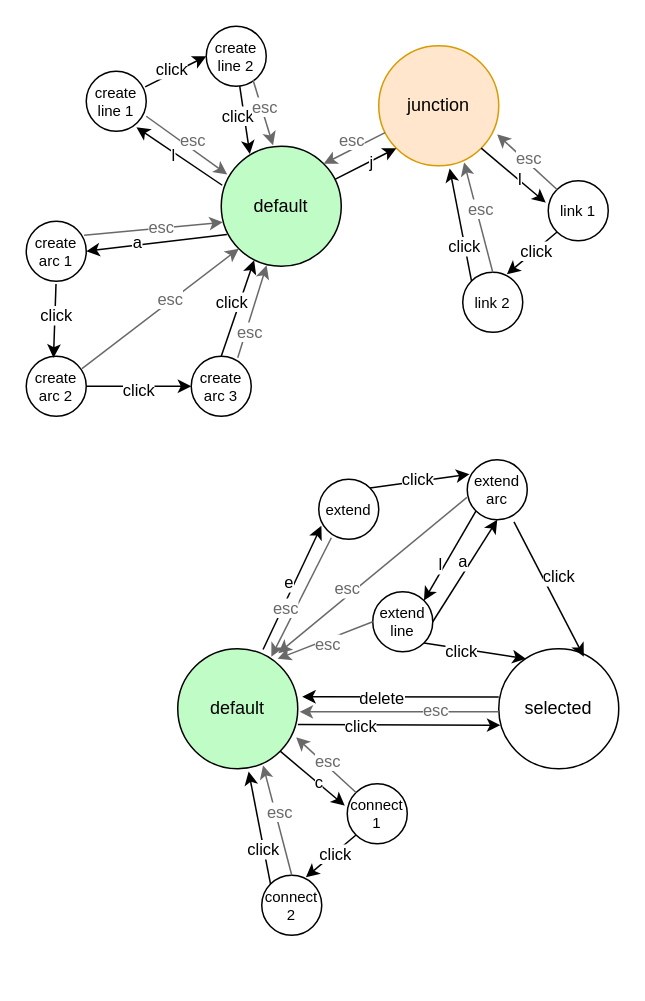
The draw.io diagram state_diagrams.drawio in sunminni/libOpenDRIVE-Mapmaker, before the edit. Source tidied: cells renumbered, new cells numbered last; positions are measured from the earlier drawing's top-left corner, leaving out a move shared by most shapes. Both pictures are drawn from the tidied source at 150%, with x=0, y=0 at pixel (26, 26).
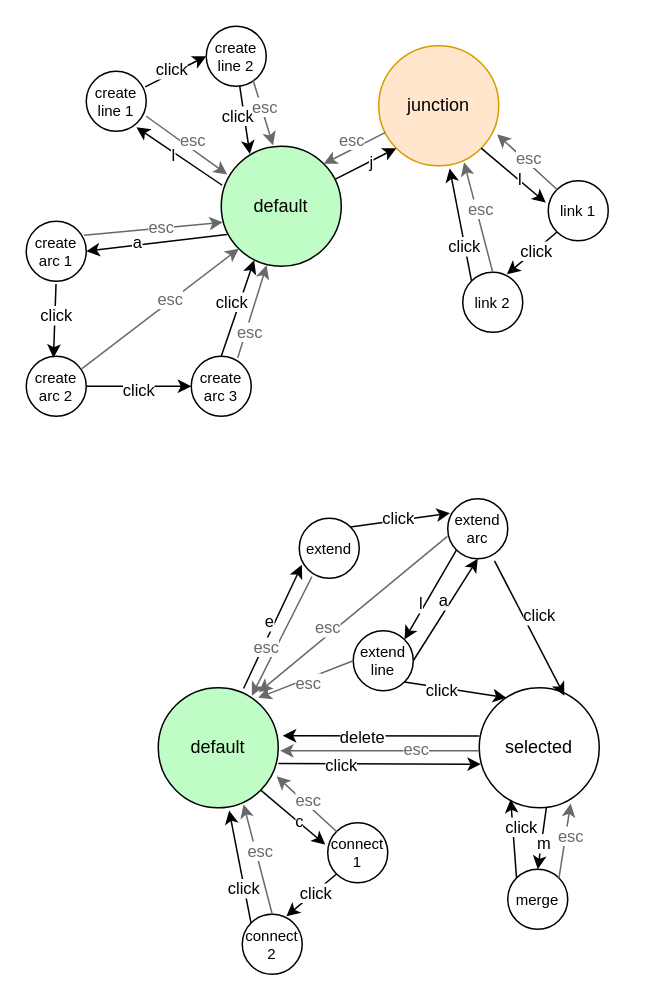
Above is the later version.

Change to the diagram source:
```diff
@@
     <mxCell id="32" value="default" style="ellipse;whiteSpace=wrap;html=1;fillColor=#C0FCC6;" parent="1" vertex="1">
-      <mxGeometry x="101" y="415" width="80" height="80" as="geometry" />
+      <mxGeometry x="88" y="441" width="80" height="80" as="geometry" />
     </mxCell>
     <mxCell id="33" value="selected" style="ellipse;whiteSpace=wrap;html=1;" parent="1" vertex="1">
-      <mxGeometry x="315" y="415" width="80" height="80" as="geometry" />
+      <mxGeometry x="302" y="441" width="80" height="80" as="geometry" />
     </mxCell>
@@
     <mxCell id="38" value="extend line" style="ellipse;whiteSpace=wrap;html=1;fontSize=10;" parent="1" vertex="1">
-      <mxGeometry x="231" y="377" width="40" height="40" as="geometry" />
+      <mxGeometry x="218" y="403" width="40" height="40" as="geometry" />
     </mxCell>
@@
     <mxCell id="47" value="connect 1" style="ellipse;whiteSpace=wrap;html=1;fontSize=10;" parent="1" vertex="1">
-      <mxGeometry x="214" y="505" width="40" height="40" as="geometry" />
+      <mxGeometry x="201" y="531" width="40" height="40" as="geometry" />
     </mxCell>
@@
     <mxCell id="50" style="endArrow=classic;html=1;rounded=0;exitX=0.063;exitY=0.252;exitDx=0;exitDy=0;exitPerimeter=0;" parent="1" edge="1">
       <mxGeometry relative="1" as="geometry">
-        <mxPoint x="315" y="447.2" as="sourcePoint" />
-        <mxPoint x="184" y="447" as="targetPoint" />
+        <mxPoint x="302" y="473.2" as="sourcePoint" />
+        <mxPoint x="171" y="473" as="targetPoint" />
       </mxGeometry>
     </mxCell>
@@
     <mxCell id="56" value="extend arc" style="ellipse;whiteSpace=wrap;html=1;fontSize=10;" parent="1" vertex="1">
-      <mxGeometry x="294" y="289" width="40" height="40" as="geometry" />
+      <mxGeometry x="281" y="315" width="40" height="40" as="geometry" />
     </mxCell>
@@
     <mxCell id="59" style="endArrow=classic;html=1;rounded=0;exitX=-0.006;exitY=0.628;exitDx=0;exitDy=0;strokeColor=#696969;exitPerimeter=0;" parent="1" edge="1" source="56">
       <mxGeometry relative="1" as="geometry">
-        <mxPoint x="168" y="418" as="targetPoint" />
+        <mxPoint x="155" y="444" as="targetPoint" />
       </mxGeometry>
     </mxCell>
@@
     <mxCell id="61" value="extend" style="ellipse;whiteSpace=wrap;html=1;fontSize=10;" parent="1" vertex="1">
-      <mxGeometry x="195" y="302" width="40" height="40" as="geometry" />
+      <mxGeometry x="182" y="328" width="40" height="40" as="geometry" />
     </mxCell>
@@
     <mxCell id="66" value="connect 2" style="ellipse;whiteSpace=wrap;html=1;fontSize=10;" parent="1" vertex="1">
-      <mxGeometry x="157" y="566" width="40" height="40" as="geometry" />
+      <mxGeometry x="144" y="592" width="40" height="40" as="geometry" />
     </mxCell>
@@
+    <mxCell id="90" style="endArrow=classic;html=1;rounded=0;entryX=0.5;entryY=0;entryDx=0;entryDy=0;exitX=0.56;exitY=0.995;exitDx=0;exitDy=0;exitPerimeter=0;" parent="1" edge="1" source="33" target="92">
+      <mxGeometry relative="1" as="geometry" />
+    </mxCell>
+    <mxCell id="91" value="m" style="edgeLabel;html=1;align=center;verticalAlign=middle;labelBorderColor=none;spacingRight=0;" parent="90" vertex="1">
+      <mxGeometry x="0.15" relative="1" as="geometry">
+        <mxPoint x="1" as="offset" />
+      </mxGeometry>
+    </mxCell>
+    <mxCell id="92" value="merge" style="ellipse;whiteSpace=wrap;html=1;fontSize=10;" parent="1" vertex="1">
+      <mxGeometry x="321" y="562" width="40" height="40" as="geometry" />
+    </mxCell>
+    <mxCell id="93" style="endArrow=classic;html=1;rounded=0;exitX=0;exitY=0;exitDx=0;exitDy=0;entryX=0.262;entryY=0.93;entryDx=0;entryDy=0;entryPerimeter=0;" parent="1" edge="1" source="92" target="33">
+      <mxGeometry relative="1" as="geometry" />
+    </mxCell>
+    <mxCell id="94" value="click" style="edgeLabel;html=1;align=center;verticalAlign=middle;" parent="93" vertex="1">
+      <mxGeometry x="0.15" relative="1" as="geometry">
+        <mxPoint x="5" y="-4" as="offset" />
+      </mxGeometry>
+    </mxCell>
+    <mxCell id="95" style="endArrow=classic;html=1;rounded=0;exitX=1;exitY=0;exitDx=0;exitDy=0;entryX=0.762;entryY=0.965;entryDx=0;entryDy=0;entryPerimeter=0;strokeColor=#696969;" parent="1" edge="1" source="92" target="33">
+      <mxGeometry relative="1" as="geometry" />
+    </mxCell>
+    <mxCell id="96" value="esc" style="edgeLabel;html=1;align=center;verticalAlign=middle;fontColor=#696969;" parent="95" vertex="1">
+      <mxGeometry x="0.15" relative="1" as="geometry">
+        <mxPoint x="3" as="offset" />
+      </mxGeometry>
+    </mxCell>
```
